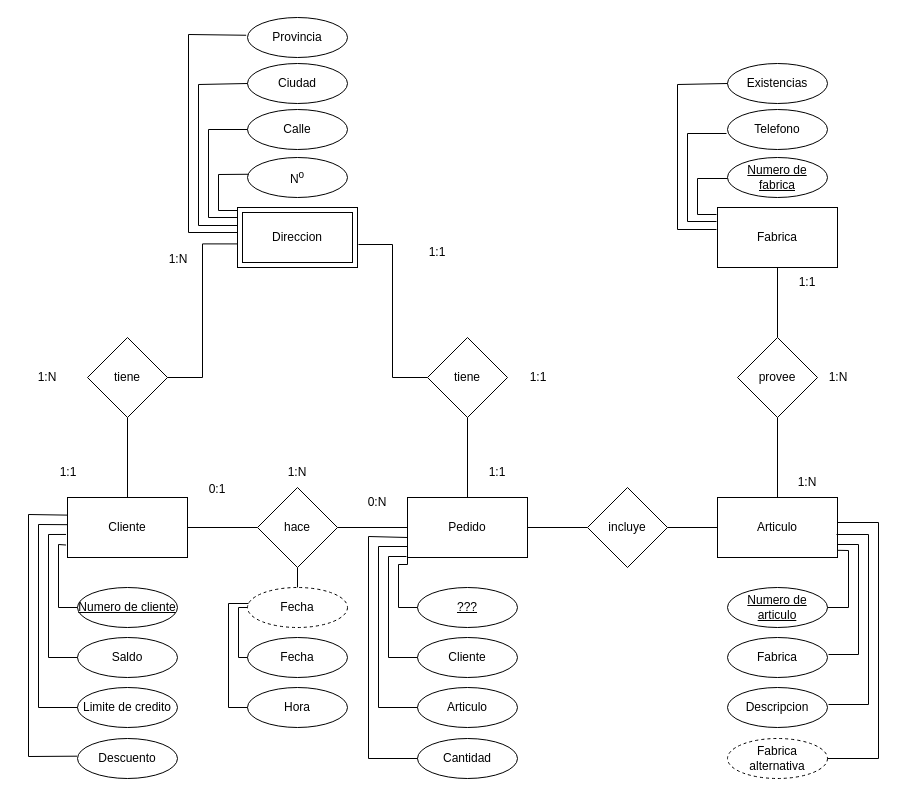
This is Unidad_1/Tareas/Tarea_3/Sistema de Artículos2.drawio from OxideVanadium/base_de_datos, a draw.io file, before an edit. Source tidied: cells renumbered, new cells numbered last; positions are measured from the earlier drawing's top-left corner, leaving out a move shared by most shapes. Both pictures are drawn from the tidied source at 100%, with x=0, y=0 at pixel (17, 17).
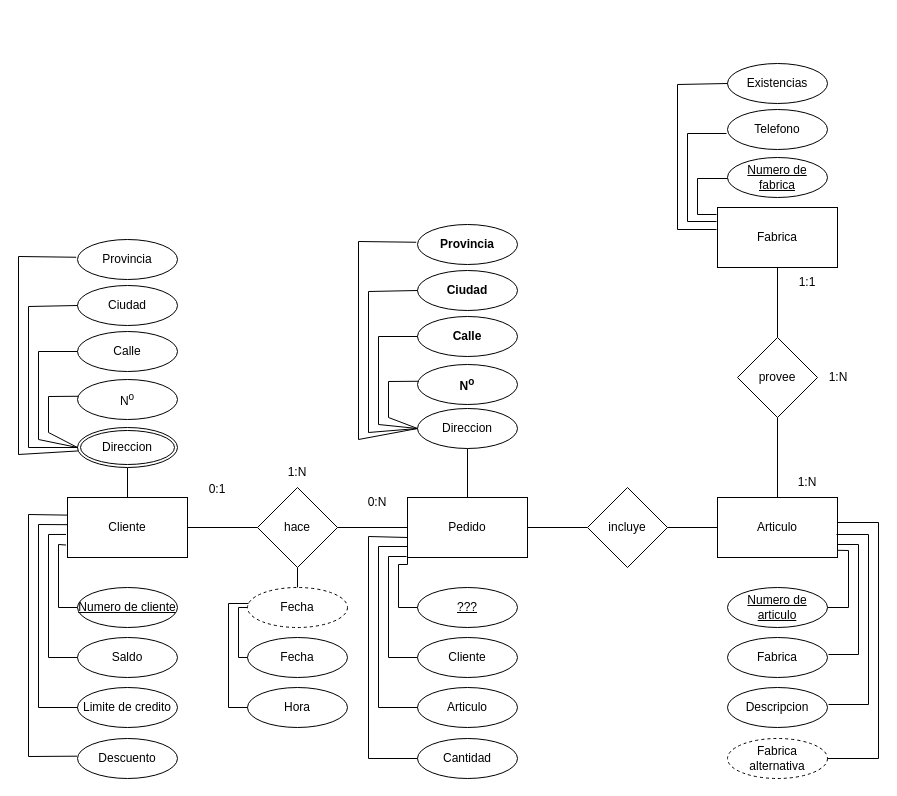
After the change.

The change refers to these unchanged cells:
```xml
<mxCell id="3" value="Cliente" style="rounded=0;whiteSpace=wrap;html=1;" parent="1" vertex="1">
  <mxGeometry x="50" y="480" width="120" height="60" as="geometry" />
</mxCell>
<mxCell id="5" value="Pedido" style="rounded=0;whiteSpace=wrap;html=1;" parent="1" vertex="1">
  <mxGeometry x="390" y="480" width="120" height="60" as="geometry" />
</mxCell>
```

Diff of the diagram source:
```diff
@@
+    <mxCell id="78" style="edgeStyle=orthogonalEdgeStyle;rounded=0;jettySize=auto;html=1;endArrow=none;endFill=0;" parent="1" edge="1" source="3" target="80">
+      <mxGeometry relative="1" as="geometry" />
+    </mxCell>
@@
+    <mxCell id="79" style="edgeStyle=orthogonalEdgeStyle;rounded=0;jettySize=auto;html=1;entryX=0.5;entryY=1;entryDx=0;entryDy=0;endArrow=none;endFill=0;" parent="1" edge="1" source="5" target="89">
+      <mxGeometry relative="1" as="geometry" />
+    </mxCell>
@@
-    <mxCell id="13" style="edgeStyle=orthogonalEdgeStyle;rounded=0;jettySize=auto;html=1;endArrow=none;endFill=0;" parent="1" edge="1" source="14" target="3">
-      <mxGeometry relative="1" as="geometry" />
-    </mxCell>
-    <mxCell id="14" value="tiene" style="rhombus;whiteSpace=wrap;html=1;" parent="1" vertex="1">
-      <mxGeometry x="70" y="320" width="80" height="80" as="geometry" />
-    </mxCell>
-    <mxCell id="15" style="edgeStyle=orthogonalEdgeStyle;rounded=0;jettySize=auto;html=1;endArrow=none;endFill=0;" parent="1" edge="1" source="16" target="5">
-      <mxGeometry relative="1" as="geometry" />
-    </mxCell>
-    <mxCell id="16" value="tiene" style="rhombus;whiteSpace=wrap;html=1;" parent="1" vertex="1">
-      <mxGeometry x="410" y="320" width="80" height="80" as="geometry" />
-    </mxCell>
@@
-    <mxCell id="20" value="Direccion" style="shape=ext;margin=3;double=1;whiteSpace=wrap;html=1;align=center;" parent="1" vertex="1">
-      <mxGeometry x="220" y="190" width="120" height="60" as="geometry" />
-    </mxCell>
@@
-    <mxCell id="33" value="N&lt;sup&gt;o&lt;/sup&gt;" style="ellipse;whiteSpace=wrap;html=1;" parent="1" vertex="1">
-      <mxGeometry x="230" y="140" width="100" height="40" as="geometry" />
+    <mxCell id="33" value="N&lt;sup&gt;o&lt;/sup&gt;" style="ellipse;whiteSpace=wrap;html=1;fontStyle=1;" parent="1" vertex="1">
+      <mxGeometry x="400" y="347" width="100" height="40" as="geometry" />
     </mxCell>
-    <mxCell id="34" value="Calle" style="ellipse;whiteSpace=wrap;html=1;" parent="1" vertex="1">
-      <mxGeometry x="230" y="92" width="100" height="40" as="geometry" />
+    <mxCell id="34" value="&lt;b&gt;Calle&lt;/b&gt;" style="ellipse;whiteSpace=wrap;html=1;fontStyle=1;" parent="1" vertex="1">
+      <mxGeometry x="400" y="299" width="100" height="40" as="geometry" />
     </mxCell>
-    <mxCell id="35" value="Ciudad" style="ellipse;whiteSpace=wrap;html=1;" parent="1" vertex="1">
-      <mxGeometry x="230" y="46" width="100" height="40" as="geometry" />
+    <mxCell id="35" value="Ciudad" style="ellipse;whiteSpace=wrap;html=1;fontStyle=1;" parent="1" vertex="1">
+      <mxGeometry x="400" y="253" width="100" height="40" as="geometry" />
     </mxCell>
-    <mxCell id="36" value="Provincia" style="ellipse;whiteSpace=wrap;html=1;" parent="1" vertex="1">
-      <mxGeometry x="230" width="100" height="40" as="geometry" />
+    <mxCell id="36" value="Provincia" style="ellipse;whiteSpace=wrap;html=1;fontStyle=1;" parent="1" vertex="1">
+      <mxGeometry x="400" y="207" width="100" height="40" as="geometry" />
     </mxCell>
@@
-    <mxCell id="51" style="endArrow=none;html=1;rounded=0;entryX=-0.012;entryY=0.792;entryDx=0;entryDy=0;exitX=0.011;exitY=0.419;exitDx=0;exitDy=0;entryPerimeter=0;exitPerimeter=0;" parent="1" edge="1" source="33">
+    <mxCell id="51" style="endArrow=none;html=1;rounded=0;entryX=0;entryY=0.5;entryDx=0;entryDy=0;exitX=0.011;exitY=0.419;exitDx=0;exitDy=0;exitPerimeter=0;fontStyle=1;" parent="1" edge="1" source="33" target="89">
       <mxGeometry relative="1" as="geometry">
-        <mxPoint x="220" y="193" as="targetPoint" />
         <Array as="points">
-          <mxPoint x="201" y="157" />
-          <mxPoint x="201" y="193" />
+          <mxPoint x="371" y="364" />
+          <mxPoint x="371" y="400" />
         </Array>
       </mxGeometry>
     </mxCell>
-    <mxCell id="52" style="endArrow=none;html=1;rounded=0;entryX=-0.012;entryY=0.616;entryDx=0;entryDy=0;exitX=0;exitY=0.5;exitDx=0;exitDy=0;entryPerimeter=0;" parent="1" edge="1" source="34">
+    <mxCell id="52" style="endArrow=none;html=1;rounded=0;entryX=0;entryY=0.5;entryDx=0;entryDy=0;exitX=0;exitY=0.5;exitDx=0;exitDy=0;fontStyle=1;" parent="1" edge="1" source="34" target="89">
       <mxGeometry relative="1" as="geometry">
-        <mxPoint x="220" y="200" as="targetPoint" />
         <Array as="points">
-          <mxPoint x="191" y="112" />
-          <mxPoint x="191" y="200" />
+          <mxPoint x="361" y="319" />
+          <mxPoint x="361" y="407" />
         </Array>
       </mxGeometry>
     </mxCell>
-    <mxCell id="53" style="endArrow=none;html=1;rounded=0;entryX=-0.003;entryY=0.453;entryDx=0;entryDy=0;exitX=0;exitY=0.5;exitDx=0;exitDy=0;entryPerimeter=0;" parent="1" edge="1" source="35">
+    <mxCell id="53" style="endArrow=none;html=1;rounded=0;entryX=0;entryY=0.5;entryDx=0;entryDy=0;exitX=0;exitY=0.5;exitDx=0;exitDy=0;fontStyle=1;" parent="1" edge="1" source="35" target="89">
       <mxGeometry relative="1" as="geometry">
-        <mxPoint x="220" y="208" as="targetPoint" />
         <Array as="points">
-          <mxPoint x="181" y="67" />
-          <mxPoint x="181" y="208" />
+          <mxPoint x="351" y="274" />
+          <mxPoint x="351" y="415" />
         </Array>
       </mxGeometry>
     </mxCell>
-    <mxCell id="54" style="endArrow=none;html=1;rounded=0;entryX=0.002;entryY=0.294;entryDx=0;entryDy=0;exitX=-0.013;exitY=0.444;exitDx=0;exitDy=0;entryPerimeter=0;exitPerimeter=0;" parent="1" edge="1" source="36">
+    <mxCell id="54" style="endArrow=none;html=1;rounded=0;entryX=0;entryY=0.5;entryDx=0;entryDy=0;exitX=-0.013;exitY=0.444;exitDx=0;exitDy=0;exitPerimeter=0;fontStyle=1;" parent="1" edge="1" source="36" target="89">
       <mxGeometry relative="1" as="geometry">
-        <mxPoint x="220" y="215" as="targetPoint" />
         <Array as="points">
-          <mxPoint x="171" y="17" />
-          <mxPoint x="171" y="215" />
+          <mxPoint x="341" y="224" />
+          <mxPoint x="341" y="422" />
         </Array>
       </mxGeometry>
     </mxCell>
@@
-    <mxCell id="67" value="1:1" style="text;html=1;strokeColor=none;fillColor=none;align=center;verticalAlign=middle;whiteSpace=wrap;rounded=0;" parent="1" vertex="1">
-      <mxGeometry x="21" y="440" width="60" height="30" as="geometry" />
-    </mxCell>
-    <mxCell id="68" value="1:N" style="text;html=1;strokeColor=none;fillColor=none;align=center;verticalAlign=middle;whiteSpace=wrap;rounded=0;" parent="1" vertex="1">
-      <mxGeometry x="131" y="227" width="60" height="30" as="geometry" />
-    </mxCell>
-    <mxCell id="69" value="1:N" style="text;html=1;strokeColor=none;fillColor=none;align=center;verticalAlign=middle;whiteSpace=wrap;rounded=0;" parent="1" vertex="1">
-      <mxGeometry y="345" width="60" height="30" as="geometry" />
-    </mxCell>
-    <mxCell id="70" value="1:1" style="text;html=1;strokeColor=none;fillColor=none;align=center;verticalAlign=middle;whiteSpace=wrap;rounded=0;" parent="1" vertex="1">
-      <mxGeometry x="390" y="220" width="60" height="30" as="geometry" />
-    </mxCell>
-    <mxCell id="71" value="1:1" style="text;html=1;strokeColor=none;fillColor=none;align=center;verticalAlign=middle;whiteSpace=wrap;rounded=0;" parent="1" vertex="1">
-      <mxGeometry x="450" y="440" width="60" height="30" as="geometry" />
-    </mxCell>
-    <mxCell id="72" value="1:1" style="text;html=1;strokeColor=none;fillColor=none;align=center;verticalAlign=middle;whiteSpace=wrap;rounded=0;" parent="1" vertex="1">
-      <mxGeometry x="491" y="345" width="60" height="30" as="geometry" />
-    </mxCell>
@@
-    <mxCell id="76" style="edgeStyle=orthogonalEdgeStyle;rounded=0;jettySize=auto;html=1;entryX=0.002;entryY=0.607;entryDx=0;entryDy=0;entryPerimeter=0;endArrow=none;endFill=0;" parent="1" edge="1" source="14" target="20">
-      <mxGeometry relative="1" as="geometry" />
-    </mxCell>
-    <mxCell id="77" style="edgeStyle=orthogonalEdgeStyle;rounded=0;jettySize=auto;html=1;entryX=1.008;entryY=0.617;entryDx=0;entryDy=0;entryPerimeter=0;endArrow=none;endFill=0;" parent="1" edge="1" source="16" target="20">
-      <mxGeometry relative="1" as="geometry" />
-    </mxCell>
+    <mxCell id="80" value="Direccion" style="ellipse;shape=doubleEllipse;margin=3;whiteSpace=wrap;html=1;align=center;" parent="1" vertex="1">
+      <mxGeometry x="60" y="410" width="100" height="40" as="geometry" />
+    </mxCell>
+    <mxCell id="81" value="N&lt;sup&gt;o&lt;/sup&gt;" style="ellipse;whiteSpace=wrap;html=1;" parent="1" vertex="1">
+      <mxGeometry x="60" y="362" width="100" height="40" as="geometry" />
+    </mxCell>
+    <mxCell id="82" value="Calle" style="ellipse;whiteSpace=wrap;html=1;" parent="1" vertex="1">
+      <mxGeometry x="60" y="314" width="100" height="40" as="geometry" />
+    </mxCell>
+    <mxCell id="83" value="Ciudad" style="ellipse;whiteSpace=wrap;html=1;" parent="1" vertex="1">
+      <mxGeometry x="60" y="268" width="100" height="40" as="geometry" />
+    </mxCell>
+    <mxCell id="84" value="Provincia" style="ellipse;whiteSpace=wrap;html=1;" parent="1" vertex="1">
+      <mxGeometry x="60" y="222" width="100" height="40" as="geometry" />
+    </mxCell>
+    <mxCell id="85" style="endArrow=none;html=1;rounded=0;entryX=0;entryY=0.5;entryDx=0;entryDy=0;exitX=0.011;exitY=0.419;exitDx=0;exitDy=0;exitPerimeter=0;" parent="1" edge="1" source="81" target="80">
+      <mxGeometry relative="1" as="geometry">
+        <Array as="points">
+          <mxPoint x="31" y="379" />
+          <mxPoint x="31" y="415" />
+        </Array>
+      </mxGeometry>
+    </mxCell>
+    <mxCell id="86" style="endArrow=none;html=1;rounded=0;entryX=0;entryY=0.5;entryDx=0;entryDy=0;exitX=0;exitY=0.5;exitDx=0;exitDy=0;" parent="1" edge="1" source="82" target="80">
+      <mxGeometry relative="1" as="geometry">
+        <Array as="points">
+          <mxPoint x="21" y="334" />
+          <mxPoint x="21" y="422" />
+        </Array>
+      </mxGeometry>
+    </mxCell>
+    <mxCell id="87" style="endArrow=none;html=1;rounded=0;entryX=0;entryY=0.5;entryDx=0;entryDy=0;exitX=0;exitY=0.5;exitDx=0;exitDy=0;" parent="1" edge="1" source="83" target="80">
+      <mxGeometry relative="1" as="geometry">
+        <Array as="points">
+          <mxPoint x="11" y="289" />
+          <mxPoint x="11" y="430" />
+        </Array>
+      </mxGeometry>
+    </mxCell>
+    <mxCell id="88" style="endArrow=none;html=1;rounded=0;entryX=0.005;entryY=0.586;entryDx=0;entryDy=0;exitX=-0.013;exitY=0.444;exitDx=0;exitDy=0;entryPerimeter=0;exitPerimeter=0;" parent="1" edge="1" source="84" target="80">
+      <mxGeometry relative="1" as="geometry">
+        <Array as="points">
+          <mxPoint x="1" y="239" />
+          <mxPoint x="1" y="437" />
+        </Array>
+      </mxGeometry>
+    </mxCell>
+    <mxCell id="89" value="Direccion" style="ellipse;whiteSpace=wrap;html=1;" parent="1" vertex="1">
+      <mxGeometry x="400" y="391" width="100" height="40" as="geometry" />
+    </mxCell>
```
